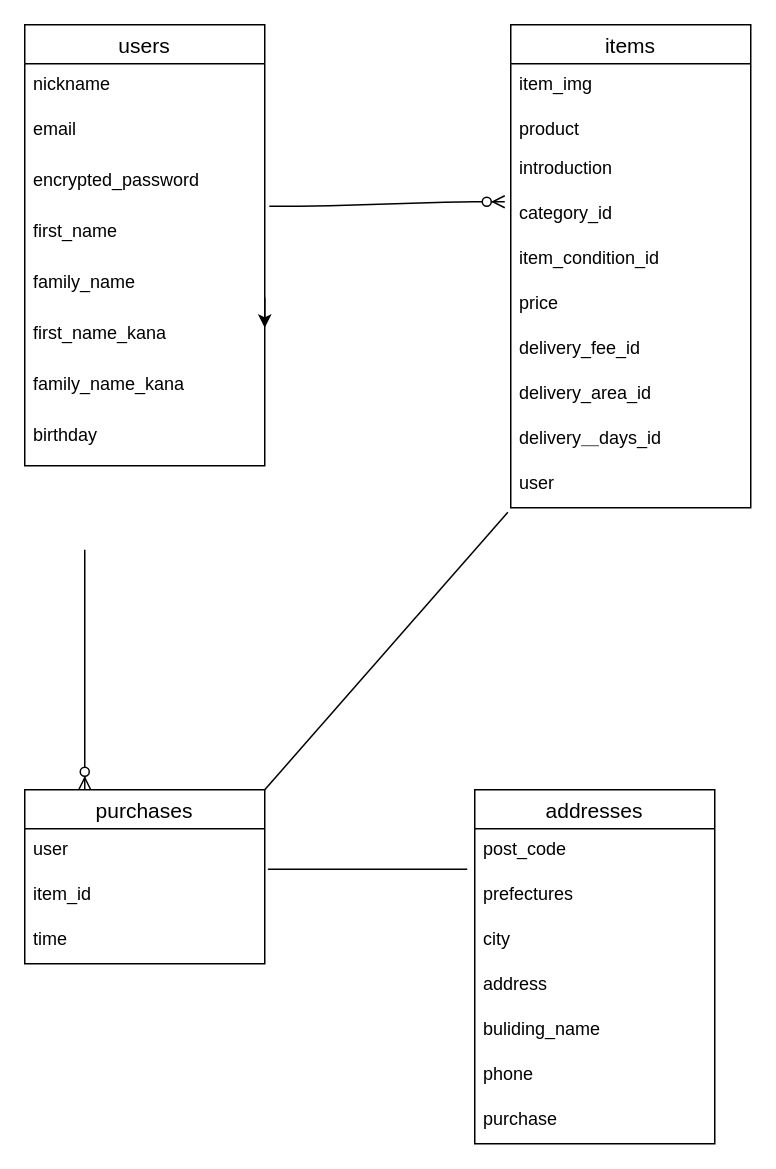
hiroto0308/furima-31075 keeps this draw.io diagram as test.dio. Above is the earlier version. Source tidied: cells renumbered, new cells numbered last; positions are measured from the earlier drawing's top-left corner, leaving out a move shared by most shapes. Both pictures are drawn from the tidied source at 150%, with x=0, y=0 at pixel (24, 24).
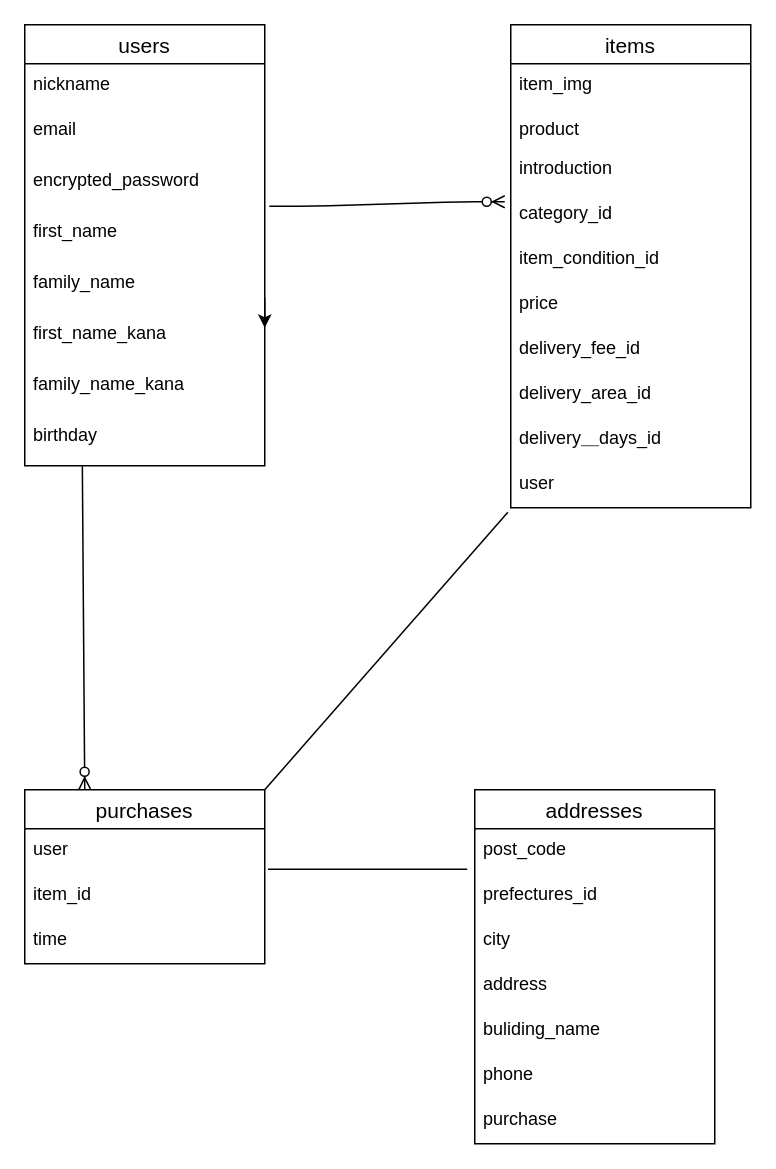
The same diagram, later.

Commit message:
テーブ設計(修正３)

Unchanged cells that the change refers to:
```xml
<mxCell id="10" value="birthday" style="text;strokeColor=none;fillColor=none;spacingLeft=4;spacingRight=4;overflow=hidden;points=[[0,0.5],[1,0.5]];portConstraint=eastwest;fontSize=12;" parent="2" vertex="1">
  <mxGeometry y="260" width="160" height="34" as="geometry" />
</mxCell>
<mxCell id="25" value="addresses" style="swimlane;fontStyle=0;horizontal=1;startSize=26;align=center;fontSize=14;" parent="1" vertex="1">
  <mxGeometry x="300" y="510" width="160" height="236" as="geometry" />
</mxCell>
<mxCell id="35" value="purchases" style="swimlane;fontStyle=0;horizontal=1;startSize=26;align=center;fontSize=14;" parent="1" vertex="1">
  <mxGeometry y="510" width="160" height="116" as="geometry" />
</mxCell>
```

What changed in the source:
```diff
@@
-    <mxCell id="24" style="fontSize=12;html=1;endArrow=ERzeroToMany;endFill=1;entryX=0.25;entryY=0;entryDx=0;entryDy=0;" parent="1" edge="1" target="35">
-      <mxGeometry relative="1" as="geometry">
-        <mxPoint x="40" y="350" as="sourcePoint" />
-      </mxGeometry>
+    <mxCell id="24" style="fontSize=12;html=1;endArrow=ERzeroToMany;endFill=1;entryX=0.25;entryY=0;entryDx=0;entryDy=0;exitX=0.24;exitY=1.01;exitDx=0;exitDy=0;exitPerimeter=0;" parent="1" edge="1" source="10" target="35">
+      <mxGeometry relative="1" as="geometry" />
     </mxCell>
@@
-    <mxCell id="27" value="prefectures" style="text;strokeColor=none;fillColor=none;spacingLeft=4;spacingRight=4;overflow=hidden;fontSize=12;" parent="25" vertex="1">
+    <mxCell id="27" value="prefectures_id" style="text;strokeColor=none;fillColor=none;spacingLeft=4;spacingRight=4;overflow=hidden;fontSize=12;" parent="25" vertex="1">
       <mxGeometry y="56" width="160" height="30" as="geometry" />
     </mxCell>
```
